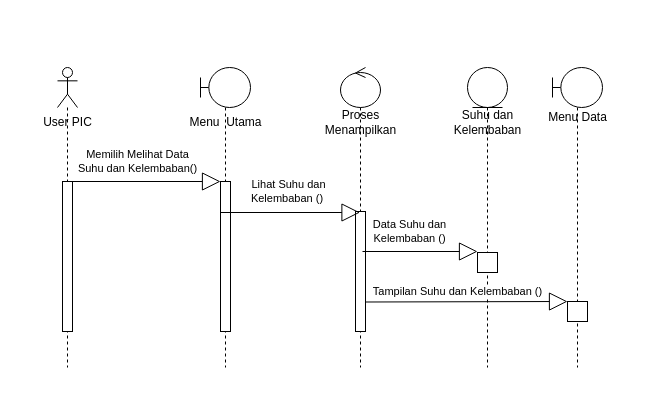
lcornellious/UAS_SPK_MAS-ADJI-RAMDANI keeps this draw.io diagram as Untitled Diagram.drawio. Above is the earlier version. Source tidied: cells renumbered, new cells numbered last; positions are measured from the earlier drawing's top-left corner, leaving out a move shared by most shapes. Both pictures are drawn from the tidied source at 100%, with x=0, y=0 at pixel (32, 67).
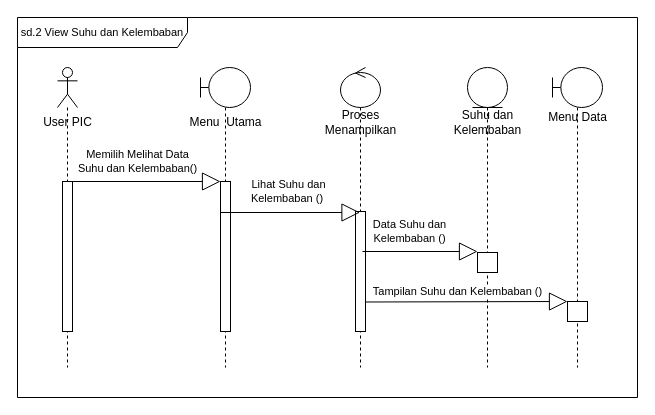
Above is the later version.

Commit message:
Sequence Diagram View Suhu dan Kelembaban .drawio

Change to the diagram source:
```diff
@@
+    <mxCell id="21" value="&lt;font style=&quot;font-size: 11px;&quot;&gt;sd.2 View Suhu dan Kelembaban&lt;/font&gt;" style="shape=umlFrame;whiteSpace=wrap;html=1;width=170;height=30;" parent="1" vertex="1">
+      <mxGeometry x="-15" y="-50" width="620" height="380" as="geometry" />
+    </mxCell>
```
